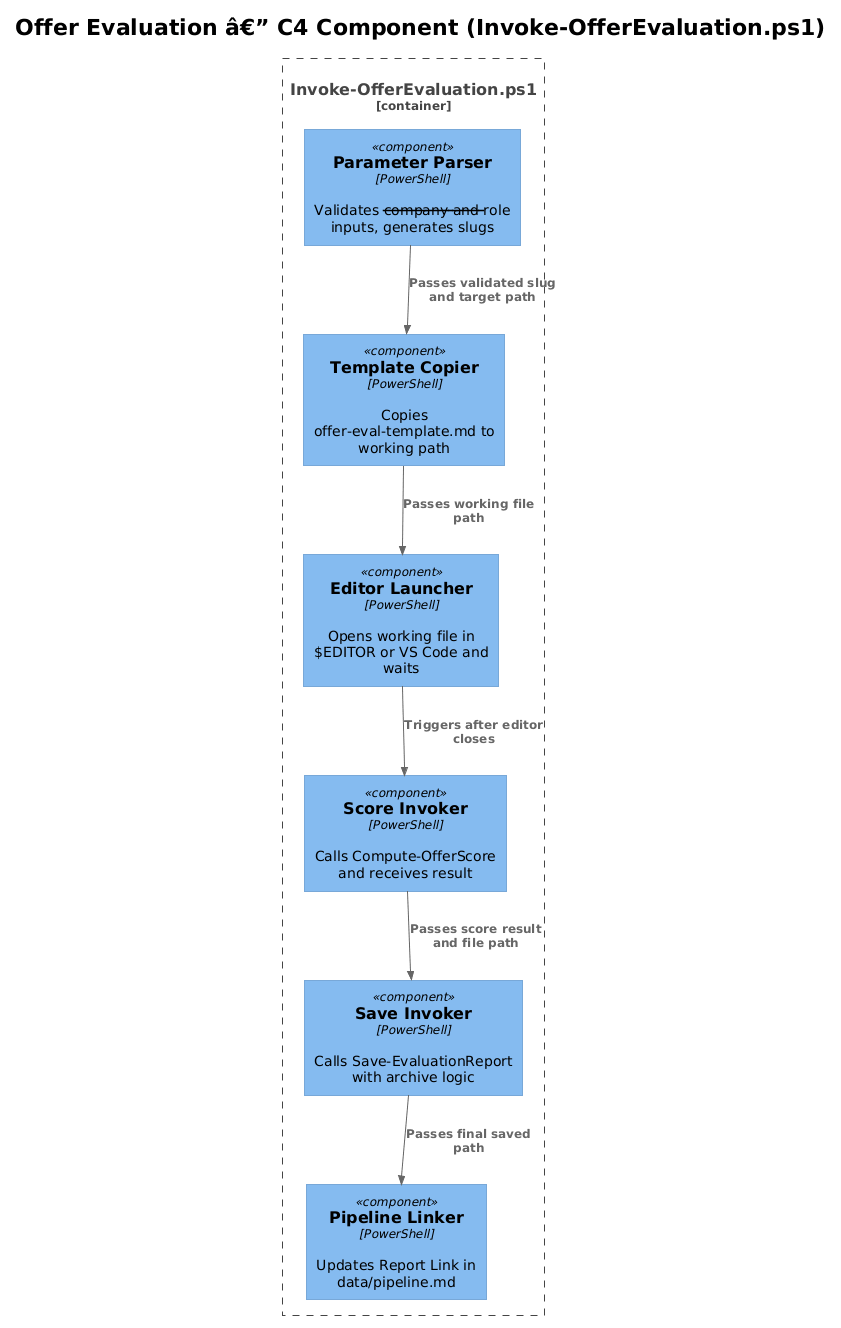
QuinntyneBrown/Orbit keeps this PlantUML diagram as docs/detailed-designs/04-offer-evaluation/diagrams/c4_component.png. Above is the earlier version. Its diagram source:
```plantuml
@startuml
!theme plain
!include <C4/C4_Component>

title Offer Evaluation â€” C4 Component (Invoke-OfferEvaluation.ps1)

Container_Boundary(evalScript, "Invoke-OfferEvaluation.ps1") {
    Component(paramParser, "Parameter Parser", "PowerShell", "Validates --company and --role inputs, generates slugs")
    Component(templateCopier, "Template Copier", "PowerShell", "Copies offer-eval-template.md to working path")
    Component(editorLauncher, "Editor Launcher", "PowerShell", "Opens working file in $EDITOR or VS Code and waits")
    Component(scoreInvoker, "Score Invoker", "PowerShell", "Calls Compute-OfferScore and receives result")
    Component(saveInvoker, "Save Invoker", "PowerShell", "Calls Save-EvaluationReport with archive logic")
    Component(pipelineLinker, "Pipeline Linker", "PowerShell", "Updates Report Link in data/pipeline.md")
}

Rel(paramParser, templateCopier, "Passes validated slug and target path")
Rel(templateCopier, editorLauncher, "Passes working file path")
Rel(editorLauncher, scoreInvoker, "Triggers after editor closes")
Rel(scoreInvoker, saveInvoker, "Passes score result and file path")
Rel(saveInvoker, pipelineLinker, "Passes final saved path")
@enduml
```
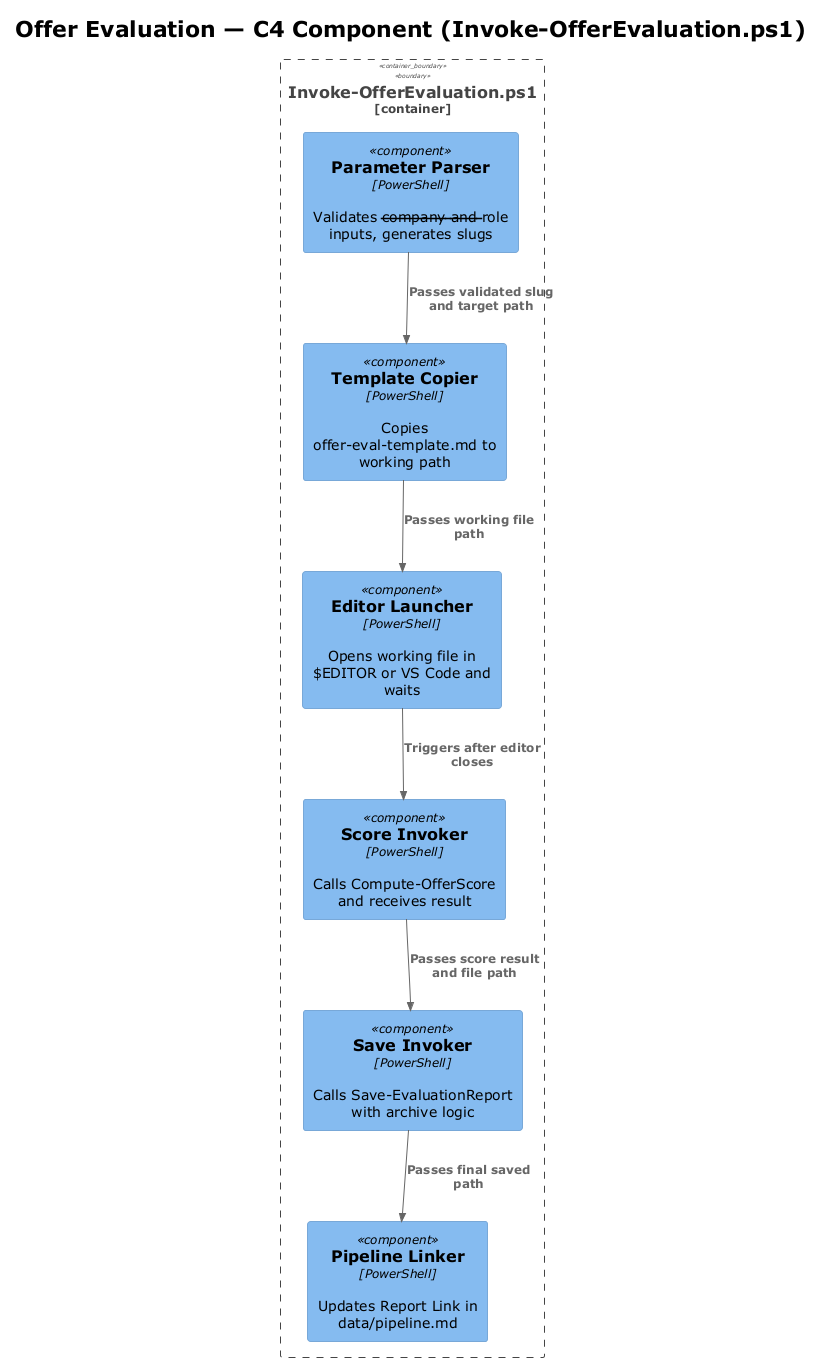
Above is the later version.

Diff of the diagram source:
```diff
@@ -1,8 +1,8 @@
-@startuml
+@startuml c4_component
 !theme plain
 !include <C4/C4_Component>
 
-title Offer Evaluation â€” C4 Component (Invoke-OfferEvaluation.ps1)
+title Offer Evaluation — C4 Component (Invoke-OfferEvaluation.ps1)
 
 Container_Boundary(evalScript, "Invoke-OfferEvaluation.ps1") {
     Component(paramParser, "Parameter Parser", "PowerShell", "Validates --company and --role inputs, generates slugs")
@@ -18,4 +18,5 @@
 Rel(editorLauncher, scoreInvoker, "Triggers after editor closes")
 Rel(scoreInvoker, saveInvoker, "Passes score result and file path")
 Rel(saveInvoker, pipelineLinker, "Passes final saved path")
+
 @enduml
```
